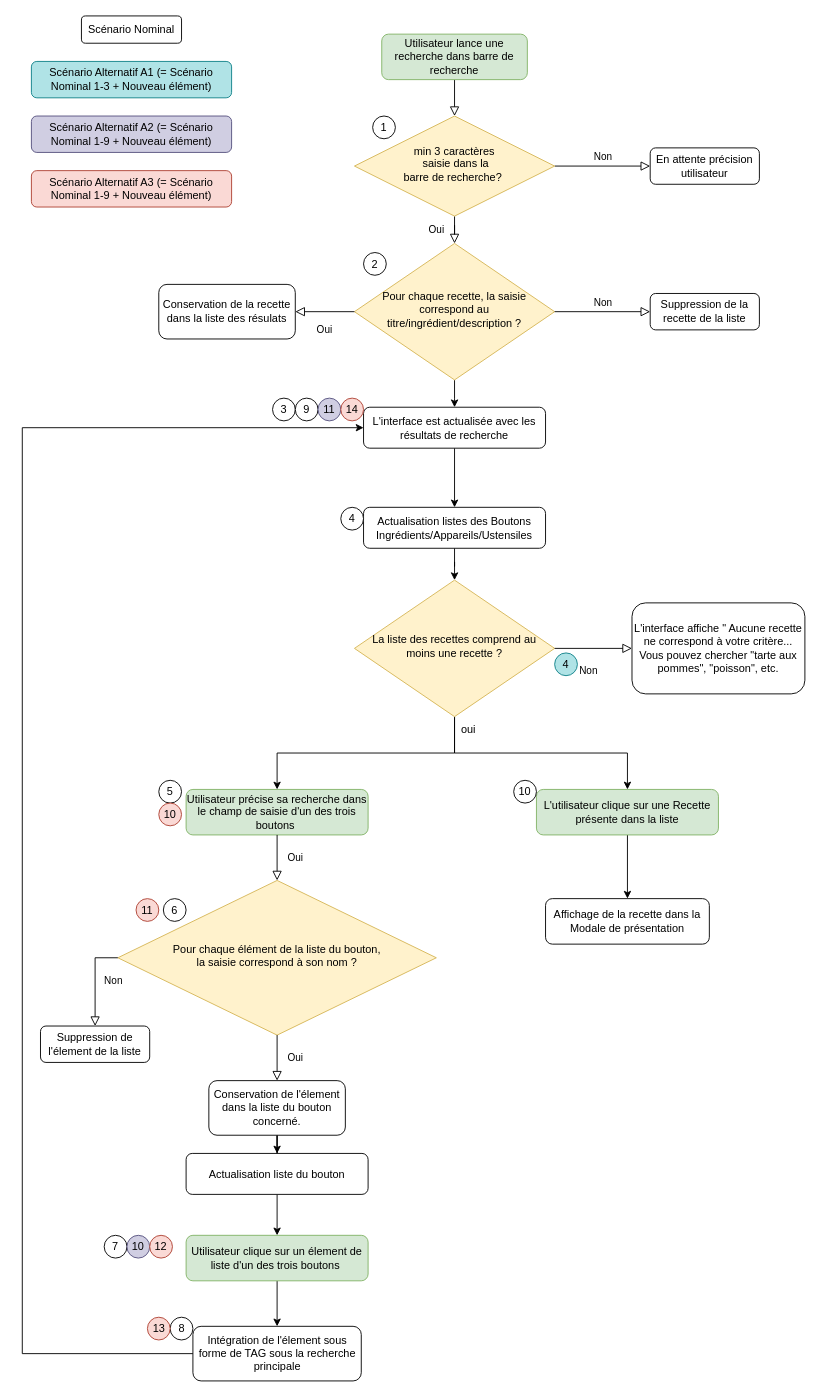
The draw.io diagram p7.drawio in Litibe/React__OCR_P7, before the edit. Source tidied: cells renumbered, new cells numbered last; positions are measured from the earlier drawing's top-left corner, leaving out a move shared by most shapes. Both pictures are drawn from the tidied source at 91%, with x=0, y=0 at pixel (22, 15).
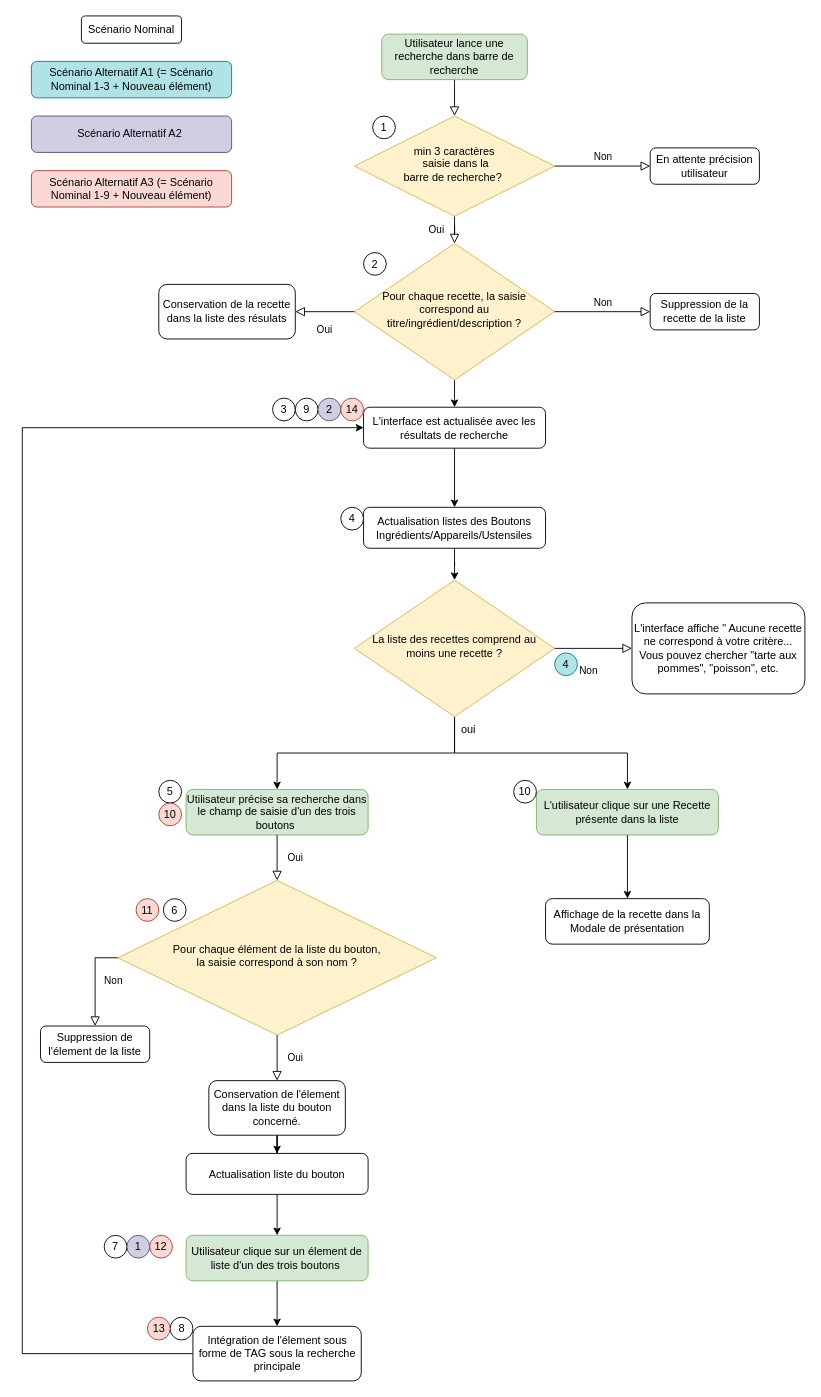
The same diagram, later.

Diff of the diagram source:
```diff
@@
-    <mxCell id="53" value="Scénario Alternatif A2 (= Scénario Nominal 1-9 + Nouveau élément)" style="rounded=1;whiteSpace=wrap;html=1;fontSize=12;glass=0;strokeWidth=1;shadow=0;fillColor=#d0cee2;strokeColor=#56517e;" parent="1" vertex="1">
+    <mxCell id="53" value="Scénario Alternatif A2&amp;nbsp;" style="rounded=1;whiteSpace=wrap;html=1;fontSize=12;glass=0;strokeWidth=1;shadow=0;fillColor=#d0cee2;strokeColor=#56517e;" parent="1" vertex="1">
       <mxGeometry x="10" y="110" width="220" height="40" as="geometry" />
     </mxCell>
-    <mxCell id="54" value="10" style="ellipse;whiteSpace=wrap;html=1;fillColor=#d0cee2;strokeColor=#56517e;" parent="1" vertex="1">
+    <mxCell id="54" value="1" style="ellipse;whiteSpace=wrap;html=1;fillColor=#d0cee2;strokeColor=#56517e;" parent="1" vertex="1">
       <mxGeometry x="115" y="1340" width="25" height="25" as="geometry" />
     </mxCell>
-    <mxCell id="55" value="11" style="ellipse;whiteSpace=wrap;html=1;fillColor=#d0cee2;strokeColor=#56517e;" parent="1" vertex="1">
+    <mxCell id="55" value="2" style="ellipse;whiteSpace=wrap;html=1;fillColor=#d0cee2;strokeColor=#56517e;" parent="1" vertex="1">
       <mxGeometry x="325" y="420" width="25" height="25" as="geometry" />
     </mxCell>
```
